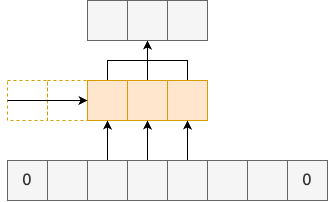
Before: figure/sec3/conv3.drawio.png, a diagram exported from draw.io (kyushusouth/master_thesis). Source tidied: cells renumbered, new cells last; positions are measured from the earlier drawing's top-left corner, leaving out a move shared by most shapes.
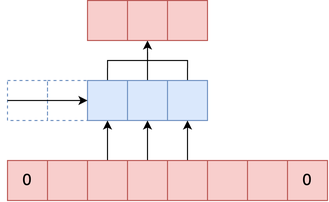
After the change.

What changed in the source:
```diff
@@ -2,73 +2,73 @@
   <root>
     <mxCell id="0" />
     <mxCell id="1" parent="0" />
-    <mxCell id="2" style="whiteSpace=wrap;html=1;dashed=1;fillColor=none;strokeColor=#d79b00;" parent="1" vertex="1">
+    <mxCell id="2" style="whiteSpace=wrap;html=1;dashed=1;fillColor=none;strokeColor=#6c8ebf;" parent="1" vertex="1">
       <mxGeometry x="40" y="80" width="40" height="40" as="geometry" />
     </mxCell>
     <mxCell id="3" style="edgeStyle=orthogonalEdgeStyle;rounded=0;jettySize=auto;html=1;exitX=0.5;exitY=0;exitDx=0;exitDy=0;entryX=0.5;entryY=1;entryDx=0;entryDy=0;" parent="1" edge="1" source="4" target="23">
       <mxGeometry relative="1" as="geometry" />
     </mxCell>
-    <mxCell id="4" style="whiteSpace=wrap;html=1;strokeColor=#d79b00;fillColor=#ffe6cc;" parent="1" vertex="1">
+    <mxCell id="4" style="whiteSpace=wrap;html=1;strokeColor=#6c8ebf;fillColor=#dae8fc;" parent="1" vertex="1">
       <mxGeometry x="80" y="80" width="40" height="40" as="geometry" />
     </mxCell>
     <mxCell id="5" style="edgeStyle=orthogonalEdgeStyle;rounded=0;jettySize=auto;html=1;exitX=0.5;exitY=0;exitDx=0;exitDy=0;entryX=0.5;entryY=1;entryDx=0;entryDy=0;" parent="1" edge="1" source="6" target="23">
       <mxGeometry relative="1" as="geometry" />
     </mxCell>
-    <mxCell id="6" style="whiteSpace=wrap;html=1;fillColor=#ffe6cc;strokeColor=#d79b00;" parent="1" vertex="1">
+    <mxCell id="6" style="whiteSpace=wrap;html=1;fillColor=#dae8fc;strokeColor=#6c8ebf;" parent="1" vertex="1">
       <mxGeometry x="120" y="80" width="40" height="40" as="geometry" />
     </mxCell>
     <mxCell id="7" style="edgeStyle=orthogonalEdgeStyle;rounded=0;jettySize=auto;html=1;exitX=0.5;exitY=0;exitDx=0;exitDy=0;entryX=0.5;entryY=1;entryDx=0;entryDy=0;" parent="1" edge="1" source="8" target="23">
       <mxGeometry relative="1" as="geometry" />
     </mxCell>
-    <mxCell id="8" style="whiteSpace=wrap;html=1;fillColor=#ffe6cc;strokeColor=#d79b00;" parent="1" vertex="1">
+    <mxCell id="8" style="whiteSpace=wrap;html=1;fillColor=#dae8fc;strokeColor=#6c8ebf;" parent="1" vertex="1">
       <mxGeometry x="160" y="80" width="40" height="40" as="geometry" />
     </mxCell>
-    <mxCell id="9" style="whiteSpace=wrap;html=1;dashed=1;fillColor=none;strokeColor=#d79b00;" parent="1" vertex="1">
+    <mxCell id="9" style="whiteSpace=wrap;html=1;dashed=1;fillColor=none;strokeColor=#6c8ebf;" parent="1" vertex="1">
       <mxGeometry y="80" width="40" height="40" as="geometry" />
     </mxCell>
     <mxCell id="10" style="endArrow=classic;html=1;rounded=0;exitX=0;exitY=0.5;exitDx=0;exitDy=0;entryX=1;entryY=0.5;entryDx=0;entryDy=0;" parent="1" edge="1" source="9" target="2">
       <mxGeometry relative="1" as="geometry" />
     </mxCell>
-    <mxCell id="11" style="whiteSpace=wrap;html=1;fillColor=#f5f5f5;fontColor=#333333;strokeColor=#666666;" parent="1" vertex="1">
+    <mxCell id="11" style="whiteSpace=wrap;html=1;fillColor=#f8cecc;strokeColor=#b85450;" parent="1" vertex="1">
       <mxGeometry x="40" y="160" width="40" height="40" as="geometry" />
     </mxCell>
     <mxCell id="12" style="edgeStyle=orthogonalEdgeStyle;rounded=0;jettySize=auto;html=1;exitX=0.5;exitY=0;exitDx=0;exitDy=0;entryX=0.5;entryY=1;entryDx=0;entryDy=0;" parent="1" edge="1" source="13" target="4">
       <mxGeometry relative="1" as="geometry" />
     </mxCell>
-    <mxCell id="13" style="whiteSpace=wrap;html=1;fillColor=#f5f5f5;fontColor=#333333;strokeColor=#666666;" parent="1" vertex="1">
+    <mxCell id="13" style="whiteSpace=wrap;html=1;fillColor=#f8cecc;strokeColor=#b85450;" parent="1" vertex="1">
       <mxGeometry x="80" y="160" width="40" height="40" as="geometry" />
     </mxCell>
     <mxCell id="14" style="edgeStyle=orthogonalEdgeStyle;rounded=0;jettySize=auto;html=1;exitX=0.5;exitY=0;exitDx=0;exitDy=0;entryX=0.5;entryY=1;entryDx=0;entryDy=0;" parent="1" edge="1" source="15" target="6">
       <mxGeometry relative="1" as="geometry" />
     </mxCell>
-    <mxCell id="15" style="whiteSpace=wrap;html=1;fillColor=#f5f5f5;fontColor=#333333;strokeColor=#666666;" parent="1" vertex="1">
+    <mxCell id="15" style="whiteSpace=wrap;html=1;fillColor=#f8cecc;strokeColor=#b85450;" parent="1" vertex="1">
       <mxGeometry x="120" y="160" width="40" height="40" as="geometry" />
     </mxCell>
     <mxCell id="16" style="edgeStyle=orthogonalEdgeStyle;rounded=0;jettySize=auto;html=1;exitX=0.5;exitY=0;exitDx=0;exitDy=0;entryX=0.5;entryY=1;entryDx=0;entryDy=0;" parent="1" edge="1" source="17" target="8">
       <mxGeometry relative="1" as="geometry" />
     </mxCell>
-    <mxCell id="17" style="whiteSpace=wrap;html=1;fillColor=#f5f5f5;fontColor=#333333;strokeColor=#666666;" parent="1" vertex="1">
+    <mxCell id="17" style="whiteSpace=wrap;html=1;fillColor=#f8cecc;strokeColor=#b85450;" parent="1" vertex="1">
       <mxGeometry x="160" y="160" width="40" height="40" as="geometry" />
     </mxCell>
-    <mxCell id="18" style="whiteSpace=wrap;html=1;fillColor=#f5f5f5;fontColor=#333333;strokeColor=#666666;" parent="1" vertex="1">
+    <mxCell id="18" style="whiteSpace=wrap;html=1;fillColor=#f8cecc;strokeColor=#b85450;" parent="1" vertex="1">
       <mxGeometry x="200" y="160" width="40" height="40" as="geometry" />
     </mxCell>
-    <mxCell id="19" style="whiteSpace=wrap;html=1;fillColor=#f5f5f5;fontColor=#333333;strokeColor=#666666;" parent="1" vertex="1">
+    <mxCell id="19" style="whiteSpace=wrap;html=1;fillColor=#f8cecc;strokeColor=#b85450;" parent="1" vertex="1">
       <mxGeometry x="240" y="160" width="40" height="40" as="geometry" />
     </mxCell>
-    <mxCell id="20" value="0" style="whiteSpace=wrap;html=1;fillColor=#f5f5f5;fontColor=#333333;strokeColor=#666666;fontSize=16;" parent="1" vertex="1">
+    <mxCell id="20" value="0" style="whiteSpace=wrap;html=1;fillColor=#f8cecc;strokeColor=#b85450;fontSize=16;" parent="1" vertex="1">
       <mxGeometry y="160" width="40" height="40" as="geometry" />
     </mxCell>
-    <mxCell id="21" value="0" style="whiteSpace=wrap;html=1;fillColor=#f5f5f5;fontColor=#333333;strokeColor=#666666;fontSize=16;" parent="1" vertex="1">
+    <mxCell id="21" value="0" style="whiteSpace=wrap;html=1;fillColor=#f8cecc;strokeColor=#b85450;fontSize=16;" parent="1" vertex="1">
       <mxGeometry x="280" y="160" width="40" height="40" as="geometry" />
     </mxCell>
-    <mxCell id="22" style="whiteSpace=wrap;html=1;fillColor=#f5f5f5;fontColor=#333333;strokeColor=#666666;" parent="1" vertex="1">
+    <mxCell id="22" style="whiteSpace=wrap;html=1;fillColor=#f8cecc;strokeColor=#b85450;" parent="1" vertex="1">
       <mxGeometry x="80" width="40" height="40" as="geometry" />
     </mxCell>
-    <mxCell id="23" style="whiteSpace=wrap;html=1;fillColor=#f5f5f5;fontColor=#333333;strokeColor=#666666;" parent="1" vertex="1">
+    <mxCell id="23" style="whiteSpace=wrap;html=1;fillColor=#f8cecc;strokeColor=#b85450;" parent="1" vertex="1">
       <mxGeometry x="120" width="40" height="40" as="geometry" />
     </mxCell>
-    <mxCell id="24" style="whiteSpace=wrap;html=1;fillColor=#f5f5f5;fontColor=#333333;strokeColor=#666666;" parent="1" vertex="1">
+    <mxCell id="24" style="whiteSpace=wrap;html=1;fillColor=#f8cecc;strokeColor=#b85450;" parent="1" vertex="1">
       <mxGeometry x="160" width="40" height="40" as="geometry" />
     </mxCell>
   </root>
```
